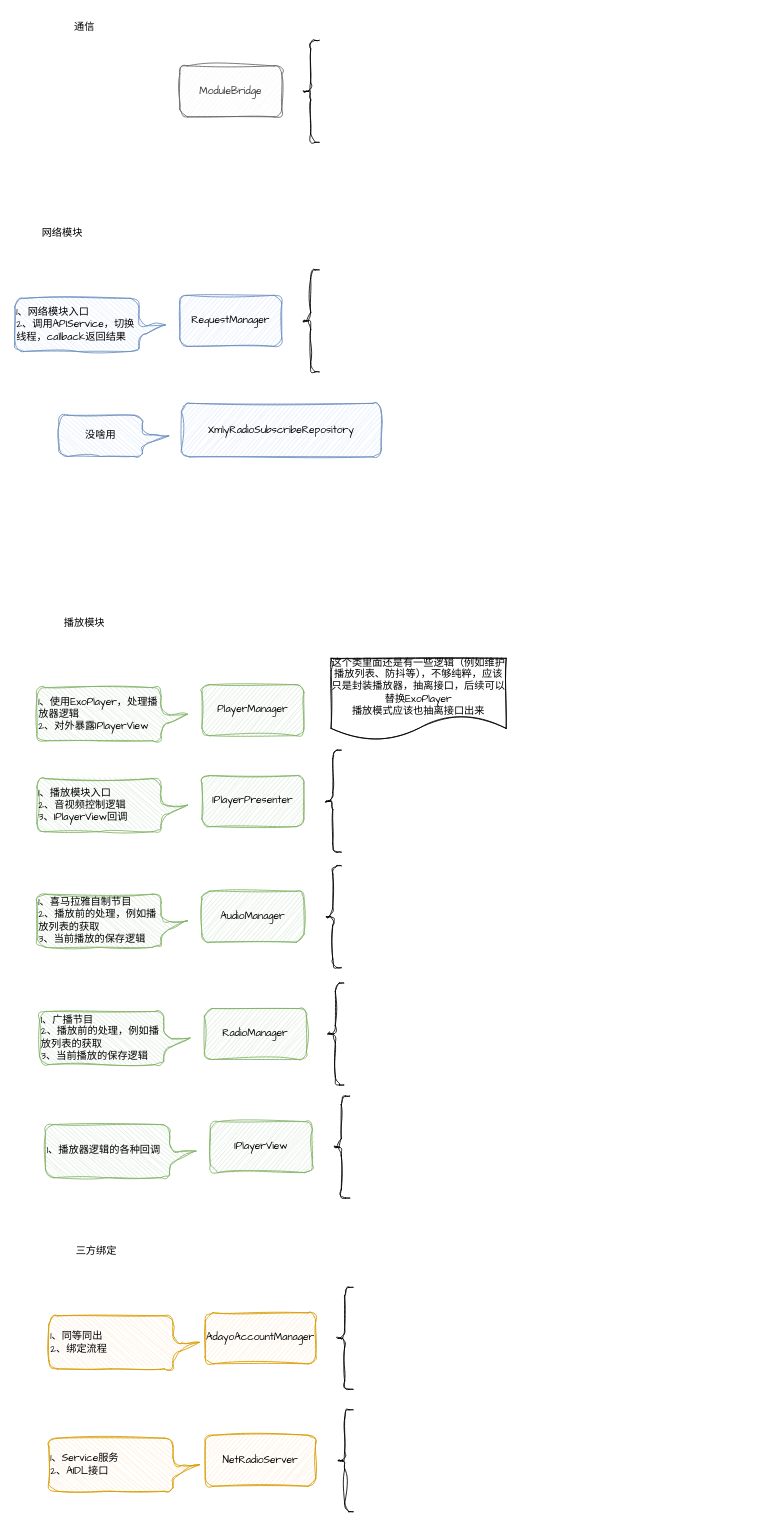
The draw.io diagram 多媒体.drawio in TryLoveCatch/charts, before the edit. Source tidied: cells renumbered, new cells numbered last; positions are measured from the earlier drawing's top-left corner, leaving out a move shared by most shapes. Both pictures are drawn from the tidied source at 85%, with x=0, y=0 at pixel (14, 14).
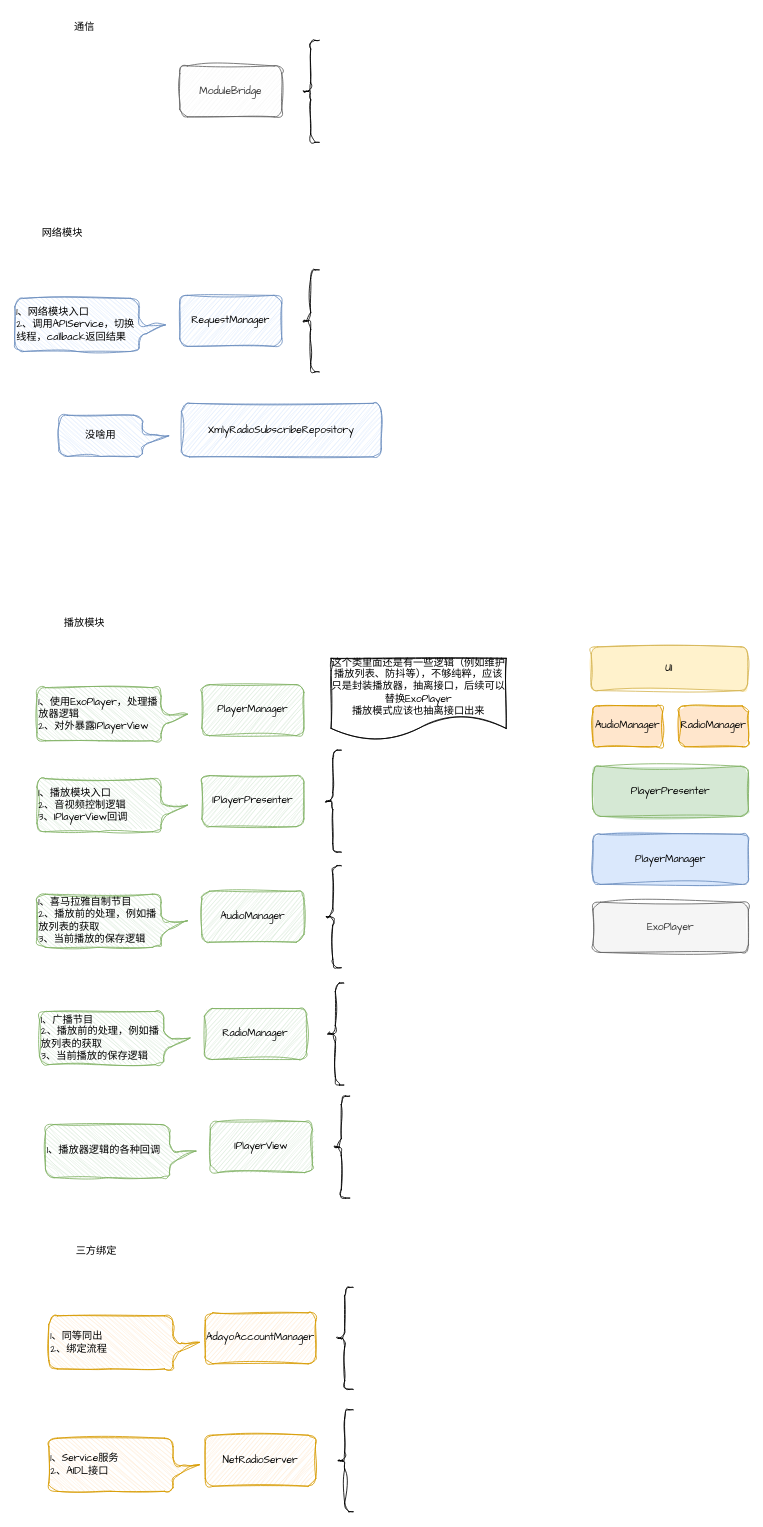
Above is the later version.

Commit message:
更新多媒体.drawio

What changed in the source:
```diff
@@
+    <mxCell id="34" value="ExoPlayer" style="rounded=1;whiteSpace=wrap;html=1;sketch=1;jiggle=2;curveFitting=1;strokeColor=#666666;align=center;verticalAlign=middle;fontFamily=Comic Sans MS;fontSize=12;fontColor=#333333;fillColor=#f5f5f5;fillStyle=solid;" parent="1" vertex="1">
+      <mxGeometry x="680" y="1044" width="183" height="59" as="geometry" />
+    </mxCell>
+    <mxCell id="35" value="PlayerManager" style="rounded=1;whiteSpace=wrap;html=1;sketch=1;jiggle=2;curveFitting=1;strokeColor=#6c8ebf;align=center;verticalAlign=middle;fontFamily=Comic Sans MS;fontSize=12;fillColor=#dae8fc;fillStyle=solid;" parent="1" vertex="1">
+      <mxGeometry x="680" y="964" width="183" height="59" as="geometry" />
+    </mxCell>
+    <mxCell id="36" value="PlayerPresenter" style="rounded=1;whiteSpace=wrap;html=1;sketch=1;jiggle=2;curveFitting=1;strokeColor=#82b366;align=center;verticalAlign=middle;fontFamily=Comic Sans MS;fontSize=12;fontColor=default;fillColor=#d5e8d4;fillStyle=solid;" parent="1" vertex="1">
+      <mxGeometry x="680" y="884" width="183" height="59" as="geometry" />
+    </mxCell>
+    <mxCell id="37" value="AudioManager" style="rounded=1;whiteSpace=wrap;html=1;sketch=1;jiggle=2;curveFitting=1;strokeColor=#d79b00;align=center;verticalAlign=middle;fontFamily=Comic Sans MS;fontSize=12;fillColor=#ffe6cc;fillStyle=solid;" parent="1" vertex="1">
+      <mxGeometry x="680" y="813" width="82" height="48" as="geometry" />
+    </mxCell>
+    <mxCell id="38" value="RadioManager" style="rounded=1;whiteSpace=wrap;html=1;sketch=1;jiggle=2;curveFitting=1;strokeColor=#d79b00;align=center;verticalAlign=middle;fontFamily=Comic Sans MS;fontSize=12;fillColor=#ffe6cc;fillStyle=solid;" parent="1" vertex="1">
+      <mxGeometry x="781" y="813" width="82" height="48" as="geometry" />
+    </mxCell>
+    <mxCell id="39" value="UI" style="rounded=1;whiteSpace=wrap;html=1;sketch=1;jiggle=2;curveFitting=1;strokeColor=#d6b656;align=center;verticalAlign=middle;fontFamily=Comic Sans MS;fontSize=12;fillColor=#fff2cc;fillStyle=solid;" parent="1" vertex="1">
+      <mxGeometry x="678" y="743.5" width="184" height="51.5" as="geometry" />
+    </mxCell>
```
